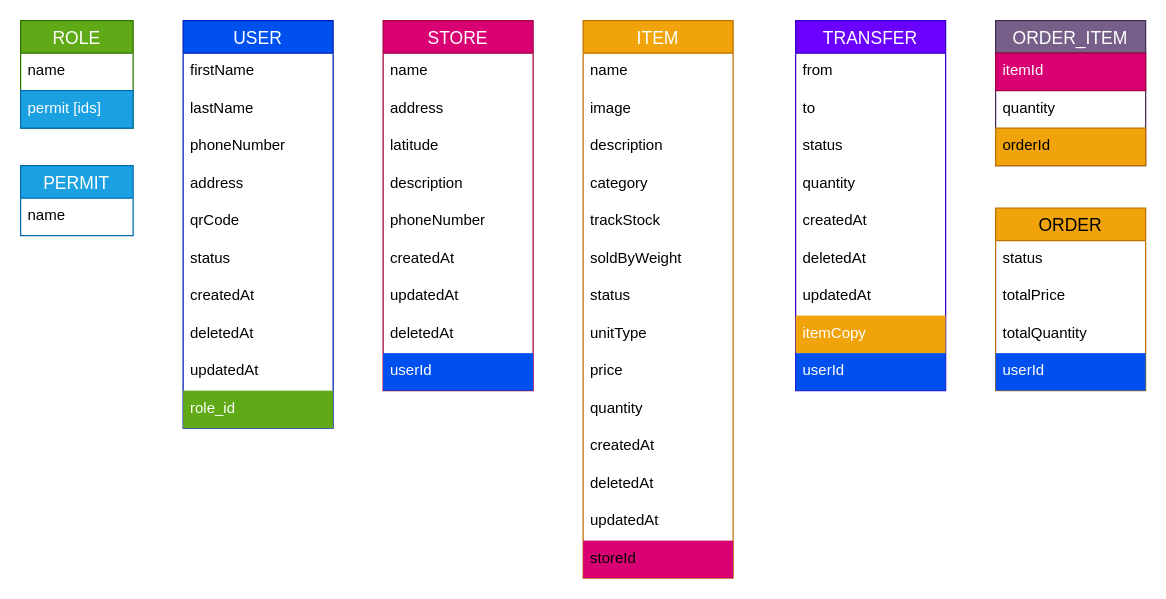
Above: docs/db.dio in muhiddinjv/oserver (draw.io), before the change. Source tidied: cells renumbered, new cells numbered last; positions are measured from the earlier drawing's top-left corner, leaving out a move shared by most shapes. Both pictures are drawn from the tidied source at 125%, with x=0, y=0 at pixel (20, 20).
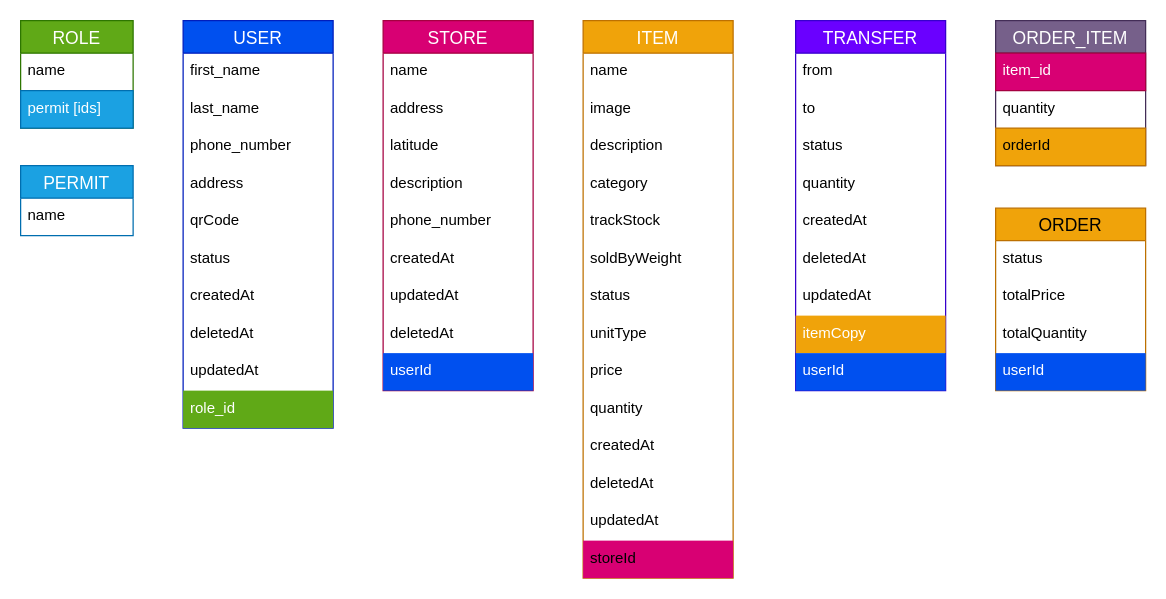
Above is the later version.

Unchanged cells that the change refers to:
```xml
<mxCell id="22" value="USER" style="swimlane;fontStyle=0;horizontal=1;startSize=26;align=center;fontSize=14;fillColor=#0050ef;fontColor=#ffffff;strokeColor=#001DBC;" parent="1" vertex="1">
  <mxGeometry x="130" width="120" height="326" as="geometry" />
</mxCell>
<mxCell id="38" value="ORDER_ITEM" style="swimlane;fontStyle=0;horizontal=1;startSize=26;align=center;fontSize=14;fillColor=#76608a;strokeColor=#432D57;fontColor=#ffffff;" parent="1" vertex="1">
  <mxGeometry x="780" width="120" height="116" as="geometry" />
</mxCell>
<mxCell id="42" value="STORE" style="swimlane;fontStyle=0;horizontal=1;startSize=26;align=center;fontSize=14;fillColor=#d80073;fontColor=#ffffff;strokeColor=#A50040;" parent="1" vertex="1">
  <mxGeometry x="290" width="120" height="296" as="geometry" />
</mxCell>
```

The edit, as a diff of the source:
```diff
@@
-    <mxCell id="23" value="firstName" style="text;strokeColor=none;fillColor=none;spacingLeft=4;spacingRight=4;overflow=hidden;fontSize=12;" parent="22" vertex="1">
+    <mxCell id="23" value="first_name" style="text;strokeColor=none;fillColor=none;spacingLeft=4;spacingRight=4;overflow=hidden;fontSize=12;" parent="22" vertex="1">
       <mxGeometry y="26" width="120" height="30" as="geometry" />
     </mxCell>
-    <mxCell id="24" value="lastName" style="text;strokeColor=none;fillColor=none;spacingLeft=4;spacingRight=4;overflow=hidden;fontSize=12;" parent="22" vertex="1">
+    <mxCell id="24" value="last_name" style="text;strokeColor=none;fillColor=none;spacingLeft=4;spacingRight=4;overflow=hidden;fontSize=12;" parent="22" vertex="1">
       <mxGeometry y="56" width="120" height="30" as="geometry" />
     </mxCell>
-    <mxCell id="25" value="phoneNumber" style="text;strokeColor=none;fillColor=none;spacingLeft=4;spacingRight=4;overflow=hidden;fontSize=12;" parent="22" vertex="1">
+    <mxCell id="25" value="phone_number" style="text;strokeColor=none;fillColor=none;spacingLeft=4;spacingRight=4;overflow=hidden;fontSize=12;" parent="22" vertex="1">
       <mxGeometry y="86" width="120" height="30" as="geometry" />
     </mxCell>
@@
-    <mxCell id="39" value="itemId" style="text;strokeColor=#A50040;fillColor=#d80073;spacingLeft=4;spacingRight=4;overflow=hidden;fontSize=12;fontColor=#ffffff;" parent="38" vertex="1">
+    <mxCell id="39" value="item_id" style="text;strokeColor=#A50040;fillColor=#d80073;spacingLeft=4;spacingRight=4;overflow=hidden;fontSize=12;fontColor=#ffffff;" parent="38" vertex="1">
       <mxGeometry y="26" width="120" height="30" as="geometry" />
     </mxCell>
@@
-    <mxCell id="47" value="phoneNumber" style="text;strokeColor=none;fillColor=none;spacingLeft=4;spacingRight=4;overflow=hidden;fontSize=12;" parent="42" vertex="1">
+    <mxCell id="47" value="phone_number" style="text;strokeColor=none;fillColor=none;spacingLeft=4;spacingRight=4;overflow=hidden;fontSize=12;" parent="42" vertex="1">
       <mxGeometry y="146" width="120" height="30" as="geometry" />
     </mxCell>
```
